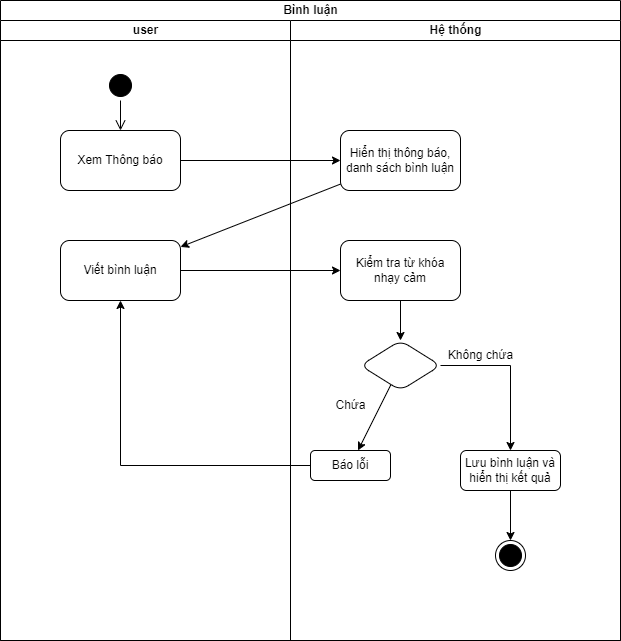
This is activity diagram/Thông báo nội khu-Page-2.drawio.png from kienndhn/draw-io, a draw.io export, as it was before one commit. Source tidied: cells renumbered, new cells last; positions are measured from the earlier drawing's top-left corner, leaving out a move shared by most shapes. Its diagram source:
```xml
<mxGraphModel>
  <root>
    <mxCell id="0" />
    <mxCell id="1" parent="0" />
    <mxCell id="2" value="Bình luận" style="swimlane;startSize=20;html=1;strokeColor=#000000;" parent="1" vertex="1">
      <mxGeometry width="620" height="640" as="geometry" />
    </mxCell>
    <mxCell id="3" value="user" style="swimlane;startSize=20;html=1;strokeColor=#000000;" parent="2" vertex="1">
      <mxGeometry y="20" width="290" height="620" as="geometry" />
    </mxCell>
    <mxCell id="4" style="ellipse;html=1;shape=startState;fillColor=#000000;strokeColor=#000000;" parent="3" vertex="1">
      <mxGeometry x="105" y="50" width="30" height="30" as="geometry" />
    </mxCell>
    <mxCell id="5" style="edgeStyle=orthogonalEdgeStyle;html=1;verticalAlign=bottom;endArrow=open;endSize=8;strokeColor=#000000;rounded=0;entryX=0.5;entryY=0;entryDx=0;entryDy=0;" parent="3" edge="1" source="4" target="6">
      <mxGeometry relative="1" as="geometry" />
    </mxCell>
    <mxCell id="6" value="Xem Thông báo" style="rounded=1;whiteSpace=wrap;html=1;strokeColor=#000000;" parent="3" vertex="1">
      <mxGeometry x="60" y="110" width="120" height="60" as="geometry" />
    </mxCell>
    <mxCell id="7" value="Viết bình luận" style="rounded=1;whiteSpace=wrap;html=1;strokeColor=#000000;" parent="3" vertex="1">
      <mxGeometry x="60" y="220" width="120" height="60" as="geometry" />
    </mxCell>
    <mxCell id="8" value="Hệ thống" style="swimlane;startSize=20;html=1;strokeColor=#000000;" parent="2" vertex="1">
      <mxGeometry x="290" y="20" width="330" height="620" as="geometry" />
    </mxCell>
    <mxCell id="9" value="Hiển thị thông báo, danh sách bình luận" style="rounded=1;whiteSpace=wrap;html=1;strokeColor=#000000;" parent="8" vertex="1">
      <mxGeometry x="50" y="110" width="120" height="60" as="geometry" />
    </mxCell>
    <mxCell id="10" style="edgeStyle=none;rounded=0;jettySize=auto;html=1;strokeColor=#000000;" parent="8" edge="1" source="11" target="14">
      <mxGeometry relative="1" as="geometry" />
    </mxCell>
    <mxCell id="11" value="Kiểm tra từ khóa nhạy cảm" style="rounded=1;whiteSpace=wrap;html=1;strokeColor=#000000;" parent="8" vertex="1">
      <mxGeometry x="50" y="220" width="120" height="60" as="geometry" />
    </mxCell>
    <mxCell id="12" style="edgeStyle=none;rounded=0;jettySize=auto;html=1;strokeColor=#000000;" parent="8" edge="1" source="14" target="15">
      <mxGeometry relative="1" as="geometry" />
    </mxCell>
    <mxCell id="13" style="edgeStyle=orthogonalEdgeStyle;rounded=0;jettySize=auto;html=1;strokeColor=#000000;" parent="8" edge="1" source="14" target="17">
      <mxGeometry relative="1" as="geometry" />
    </mxCell>
    <mxCell id="14" style="rhombus;whiteSpace=wrap;html=1;strokeColor=#000000;rounded=1;" parent="8" vertex="1">
      <mxGeometry x="70" y="320" width="80" height="50" as="geometry" />
    </mxCell>
    <mxCell id="15" value="Báo lỗi" style="rounded=1;whiteSpace=wrap;html=1;strokeColor=#000000;" parent="8" vertex="1">
      <mxGeometry x="20" y="430" width="80" height="30" as="geometry" />
    </mxCell>
    <mxCell id="16" style="edgeStyle=orthogonalEdgeStyle;rounded=0;jettySize=auto;html=1;strokeColor=#000000;" parent="8" edge="1" source="17" target="18">
      <mxGeometry relative="1" as="geometry" />
    </mxCell>
    <mxCell id="17" value="Lưu bình luận và hiển thị kết quả" style="whiteSpace=wrap;html=1;strokeColor=#000000;rounded=1;" parent="8" vertex="1">
      <mxGeometry x="170" y="430" width="100" height="40" as="geometry" />
    </mxCell>
    <mxCell id="18" style="ellipse;html=1;shape=endState;fillColor=#000000;strokeColor=#000000;" parent="8" vertex="1">
      <mxGeometry x="205" y="520" width="30" height="30" as="geometry" />
    </mxCell>
    <mxCell id="19" value="Không chứa" style="text;html=1;align=center;verticalAlign=middle;strokeColor=none;fillColor=none;" parent="8" vertex="1">
      <mxGeometry x="145" y="320" width="90" height="30" as="geometry" />
    </mxCell>
    <mxCell id="20" value="Chứa" style="text;html=1;align=center;verticalAlign=middle;strokeColor=none;fillColor=none;" parent="8" vertex="1">
      <mxGeometry x="35" y="370" width="50" height="30" as="geometry" />
    </mxCell>
    <mxCell id="21" style="edgeStyle=none;rounded=0;jettySize=auto;html=1;strokeColor=#000000;" parent="2" edge="1" source="6" target="9">
      <mxGeometry relative="1" as="geometry" />
    </mxCell>
    <mxCell id="22" style="edgeStyle=none;rounded=0;jettySize=auto;html=1;strokeColor=#000000;" parent="2" edge="1" source="9" target="7">
      <mxGeometry relative="1" as="geometry" />
    </mxCell>
    <mxCell id="23" style="edgeStyle=none;rounded=0;jettySize=auto;html=1;strokeColor=#000000;" parent="2" edge="1" source="7" target="11">
      <mxGeometry relative="1" as="geometry" />
    </mxCell>
    <mxCell id="24" style="edgeStyle=orthogonalEdgeStyle;rounded=0;jettySize=auto;html=1;entryX=0.5;entryY=1;entryDx=0;entryDy=0;strokeColor=#000000;" parent="2" edge="1" source="15" target="7">
      <mxGeometry relative="1" as="geometry" />
    </mxCell>
  </root>
</mxGraphModel>
```
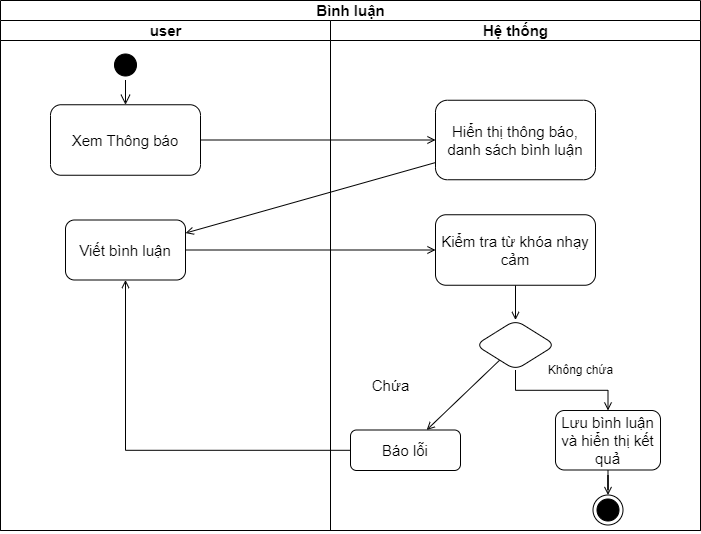
Above is the later version.

The edit, as a diff of the source:
```diff
@@ -2,74 +2,77 @@
   <root>
     <mxCell id="0" />
     <mxCell id="1" parent="0" />
-    <mxCell id="2" value="Bình luận" style="swimlane;startSize=20;html=1;strokeColor=#000000;" parent="1" vertex="1">
-      <mxGeometry width="620" height="640" as="geometry" />
+    <mxCell id="2" value="Bình luận" style="swimlane;startSize=20;html=1;strokeColor=#000000;fontSize=15;" parent="1" vertex="1">
+      <mxGeometry width="700" height="530" as="geometry" />
     </mxCell>
-    <mxCell id="3" value="user" style="swimlane;startSize=20;html=1;strokeColor=#000000;" parent="2" vertex="1">
-      <mxGeometry y="20" width="290" height="620" as="geometry" />
+    <mxCell id="3" value="user" style="swimlane;startSize=20;html=1;strokeColor=#000000;fontSize=15;" parent="2" vertex="1">
+      <mxGeometry y="20" width="330" height="510" as="geometry" />
     </mxCell>
-    <mxCell id="4" style="ellipse;html=1;shape=startState;fillColor=#000000;strokeColor=#000000;" parent="3" vertex="1">
-      <mxGeometry x="105" y="50" width="30" height="30" as="geometry" />
+    <mxCell id="4" style="ellipse;html=1;shape=startState;fillColor=#000000;strokeColor=#000000;fontSize=15;" parent="3" vertex="1">
+      <mxGeometry x="110" y="29.5" width="30" height="30" as="geometry" />
     </mxCell>
-    <mxCell id="5" style="edgeStyle=orthogonalEdgeStyle;html=1;verticalAlign=bottom;endArrow=open;endSize=8;strokeColor=#000000;rounded=0;entryX=0.5;entryY=0;entryDx=0;entryDy=0;" parent="3" edge="1" source="4" target="6">
+    <mxCell id="5" style="edgeStyle=orthogonalEdgeStyle;html=1;verticalAlign=bottom;endArrow=open;endSize=8;strokeColor=#000000;rounded=0;entryX=0.5;entryY=0;entryDx=0;entryDy=0;fontSize=15;" parent="3" edge="1" source="4" target="6">
       <mxGeometry relative="1" as="geometry" />
     </mxCell>
-    <mxCell id="6" value="Xem Thông báo" style="rounded=1;whiteSpace=wrap;html=1;strokeColor=#000000;" parent="3" vertex="1">
-      <mxGeometry x="60" y="110" width="120" height="60" as="geometry" />
+    <mxCell id="6" value="Xem Thông báo" style="rounded=1;whiteSpace=wrap;html=1;strokeColor=#000000;fontSize=15;" parent="3" vertex="1">
+      <mxGeometry x="50" y="84.2" width="150" height="70.5" as="geometry" />
     </mxCell>
-    <mxCell id="7" value="Viết bình luận" style="rounded=1;whiteSpace=wrap;html=1;strokeColor=#000000;" parent="3" vertex="1">
-      <mxGeometry x="60" y="220" width="120" height="60" as="geometry" />
+    <mxCell id="7" value="Viết bình luận" style="rounded=1;whiteSpace=wrap;html=1;strokeColor=#000000;fontSize=15;" parent="3" vertex="1">
+      <mxGeometry x="65" y="199.5" width="120" height="60" as="geometry" />
     </mxCell>
+    <mxCell id="21" style="edgeStyle=none;rounded=0;jettySize=auto;html=1;strokeColor=#000000;fontSize=15;endArrow=open;endFill=0;" parent="2" edge="1" source="6" target="9">
+      <mxGeometry relative="1" as="geometry" />
+    </mxCell>
+    <mxCell id="22" style="edgeStyle=none;rounded=0;jettySize=auto;html=1;strokeColor=#000000;fontSize=15;endArrow=open;endFill=0;" parent="2" edge="1" source="9" target="7">
+      <mxGeometry relative="1" as="geometry" />
+    </mxCell>
+    <mxCell id="23" style="edgeStyle=none;rounded=0;jettySize=auto;html=1;strokeColor=#000000;fontSize=15;endArrow=open;endFill=0;" parent="2" edge="1" source="7" target="11">
+      <mxGeometry relative="1" as="geometry" />
+    </mxCell>
+    <mxCell id="24" style="edgeStyle=orthogonalEdgeStyle;rounded=0;jettySize=auto;html=1;entryX=0.5;entryY=1;entryDx=0;entryDy=0;strokeColor=#000000;fontSize=15;endArrow=open;endFill=0;" parent="2" edge="1" source="15" target="7">
+      <mxGeometry relative="1" as="geometry" />
+    </mxCell>
-    <mxCell id="8" value="Hệ thống" style="swimlane;startSize=20;html=1;strokeColor=#000000;" parent="2" vertex="1">
-      <mxGeometry x="290" y="20" width="330" height="620" as="geometry" />
+    <mxCell id="8" value="Hệ thống" style="swimlane;startSize=20;html=1;strokeColor=#000000;fontSize=15;" parent="2" vertex="1">
+      <mxGeometry x="330" y="20" width="370" height="510" as="geometry" />
     </mxCell>
-    <mxCell id="9" value="Hiển thị thông báo, danh sách bình luận" style="rounded=1;whiteSpace=wrap;html=1;strokeColor=#000000;" parent="8" vertex="1">
-      <mxGeometry x="50" y="110" width="120" height="60" as="geometry" />
+    <mxCell id="9" value="Hiển thị thông báo, danh sách bình luận" style="rounded=1;whiteSpace=wrap;html=1;strokeColor=#000000;fontSize=15;" parent="8" vertex="1">
+      <mxGeometry x="105" y="79.8" width="160" height="79.5" as="geometry" />
     </mxCell>
-    <mxCell id="10" style="edgeStyle=none;rounded=0;jettySize=auto;html=1;strokeColor=#000000;" parent="8" edge="1" source="11" target="14">
+    <mxCell id="10" style="edgeStyle=none;rounded=0;jettySize=auto;html=1;strokeColor=#000000;fontSize=15;endArrow=open;endFill=0;" parent="8" edge="1" source="11" target="14">
       <mxGeometry relative="1" as="geometry" />
     </mxCell>
-    <mxCell id="11" value="Kiểm tra từ khóa nhạy cảm" style="rounded=1;whiteSpace=wrap;html=1;strokeColor=#000000;" parent="8" vertex="1">
-      <mxGeometry x="50" y="220" width="120" height="60" as="geometry" />
+    <mxCell id="11" value="Kiểm tra từ khóa nhạy cảm" style="rounded=1;whiteSpace=wrap;html=1;strokeColor=#000000;fontSize=15;" parent="8" vertex="1">
+      <mxGeometry x="105" y="194.2" width="160" height="70.5" as="geometry" />
     </mxCell>
-    <mxCell id="12" style="edgeStyle=none;rounded=0;jettySize=auto;html=1;strokeColor=#000000;" parent="8" edge="1" source="14" target="15">
+    <mxCell id="12" style="edgeStyle=none;rounded=0;jettySize=auto;html=1;strokeColor=#000000;fontSize=15;endArrow=open;endFill=0;" parent="8" edge="1" source="14" target="15">
       <mxGeometry relative="1" as="geometry" />
     </mxCell>
-    <mxCell id="13" style="edgeStyle=orthogonalEdgeStyle;rounded=0;jettySize=auto;html=1;strokeColor=#000000;" parent="8" edge="1" source="14" target="17">
+    <mxCell id="13" style="edgeStyle=orthogonalEdgeStyle;rounded=0;jettySize=auto;html=1;entryX=0.5;entryY=0;entryDx=0;entryDy=0;endArrow=open;endFill=0;" parent="8" edge="1" source="14" target="17">
       <mxGeometry relative="1" as="geometry" />
     </mxCell>
-    <mxCell id="14" style="rhombus;whiteSpace=wrap;html=1;strokeColor=#000000;rounded=1;" parent="8" vertex="1">
-      <mxGeometry x="70" y="320" width="80" height="50" as="geometry" />
+    <mxCell id="14" style="rhombus;whiteSpace=wrap;html=1;strokeColor=#000000;rounded=1;fontSize=15;" parent="8" vertex="1">
+      <mxGeometry x="145" y="299.5" width="80" height="50" as="geometry" />
     </mxCell>
-    <mxCell id="15" value="Báo lỗi" style="rounded=1;whiteSpace=wrap;html=1;strokeColor=#000000;" parent="8" vertex="1">
-      <mxGeometry x="20" y="430" width="80" height="30" as="geometry" />
+    <mxCell id="15" value="Báo lỗi" style="rounded=1;whiteSpace=wrap;html=1;strokeColor=#000000;fontSize=15;" parent="8" vertex="1">
+      <mxGeometry x="20" y="409.5" width="110" height="40.5" as="geometry" />
     </mxCell>
-    <mxCell id="16" style="edgeStyle=orthogonalEdgeStyle;rounded=0;jettySize=auto;html=1;strokeColor=#000000;" parent="8" edge="1" source="17" target="18">
+    <mxCell id="16" style="edgeStyle=orthogonalEdgeStyle;rounded=0;jettySize=auto;html=1;strokeColor=#000000;fontSize=15;endArrow=open;endFill=0;" parent="8" edge="1" source="17" target="18">
       <mxGeometry relative="1" as="geometry" />
     </mxCell>
-    <mxCell id="17" value="Lưu bình luận và hiển thị kết quả" style="whiteSpace=wrap;html=1;strokeColor=#000000;rounded=1;" parent="8" vertex="1">
-      <mxGeometry x="170" y="430" width="100" height="40" as="geometry" />
+    <mxCell id="17" value="Lưu bình luận và hiển thị kết quả" style="whiteSpace=wrap;html=1;strokeColor=#000000;rounded=1;fontSize=15;" parent="8" vertex="1">
+      <mxGeometry x="225" y="390" width="105" height="59.5" as="geometry" />
     </mxCell>
-    <mxCell id="18" style="ellipse;html=1;shape=endState;fillColor=#000000;strokeColor=#000000;" parent="8" vertex="1">
-      <mxGeometry x="205" y="520" width="30" height="30" as="geometry" />
+    <mxCell id="18" style="ellipse;html=1;shape=endState;fillColor=#000000;strokeColor=#000000;fontSize=15;" parent="8" vertex="1">
+      <mxGeometry x="262.5" y="474.5" width="30" height="30" as="geometry" />
     </mxCell>
+    <mxCell id="20" value="Chứa" style="text;html=1;align=center;verticalAlign=middle;strokeColor=none;fillColor=none;fontSize=15;" parent="8" vertex="1">
+      <mxGeometry x="30" y="349.5" width="60" height="30" as="geometry" />
+    </mxCell>
+    <mxCell id="25" style="edgeStyle=orthogonalEdgeStyle;rounded=0;orthogonalLoop=1;jettySize=auto;html=1;exitX=0.5;exitY=1;exitDx=0;exitDy=0;fontSize=15;" parent="8" edge="1" source="18" target="18">
+      <mxGeometry relative="1" as="geometry" />
+    </mxCell>
-    <mxCell id="19" value="Không chứa" style="text;html=1;align=center;verticalAlign=middle;strokeColor=none;fillColor=none;" parent="8" vertex="1">
-      <mxGeometry x="145" y="320" width="90" height="30" as="geometry" />
+    <mxCell id="19" value="Không chứa" style="text;html=1;align=center;verticalAlign=middle;strokeColor=none;fillColor=none;" parent="1" vertex="1">
+      <mxGeometry x="535" y="355" width="90" height="30" as="geometry" />
     </mxCell>
-    <mxCell id="20" value="Chứa" style="text;html=1;align=center;verticalAlign=middle;strokeColor=none;fillColor=none;" parent="8" vertex="1">
-      <mxGeometry x="35" y="370" width="50" height="30" as="geometry" />
-    </mxCell>
-    <mxCell id="21" style="edgeStyle=none;rounded=0;jettySize=auto;html=1;strokeColor=#000000;" parent="2" edge="1" source="6" target="9">
-      <mxGeometry relative="1" as="geometry" />
-    </mxCell>
-    <mxCell id="22" style="edgeStyle=none;rounded=0;jettySize=auto;html=1;strokeColor=#000000;" parent="2" edge="1" source="9" target="7">
-      <mxGeometry relative="1" as="geometry" />
-    </mxCell>
-    <mxCell id="23" style="edgeStyle=none;rounded=0;jettySize=auto;html=1;strokeColor=#000000;" parent="2" edge="1" source="7" target="11">
-      <mxGeometry relative="1" as="geometry" />
-    </mxCell>
-    <mxCell id="24" style="edgeStyle=orthogonalEdgeStyle;rounded=0;jettySize=auto;html=1;entryX=0.5;entryY=1;entryDx=0;entryDy=0;strokeColor=#000000;" parent="2" edge="1" source="15" target="7">
-      <mxGeometry relative="1" as="geometry" />
-    </mxCell>
   </root>
 </mxGraphModel>
```
